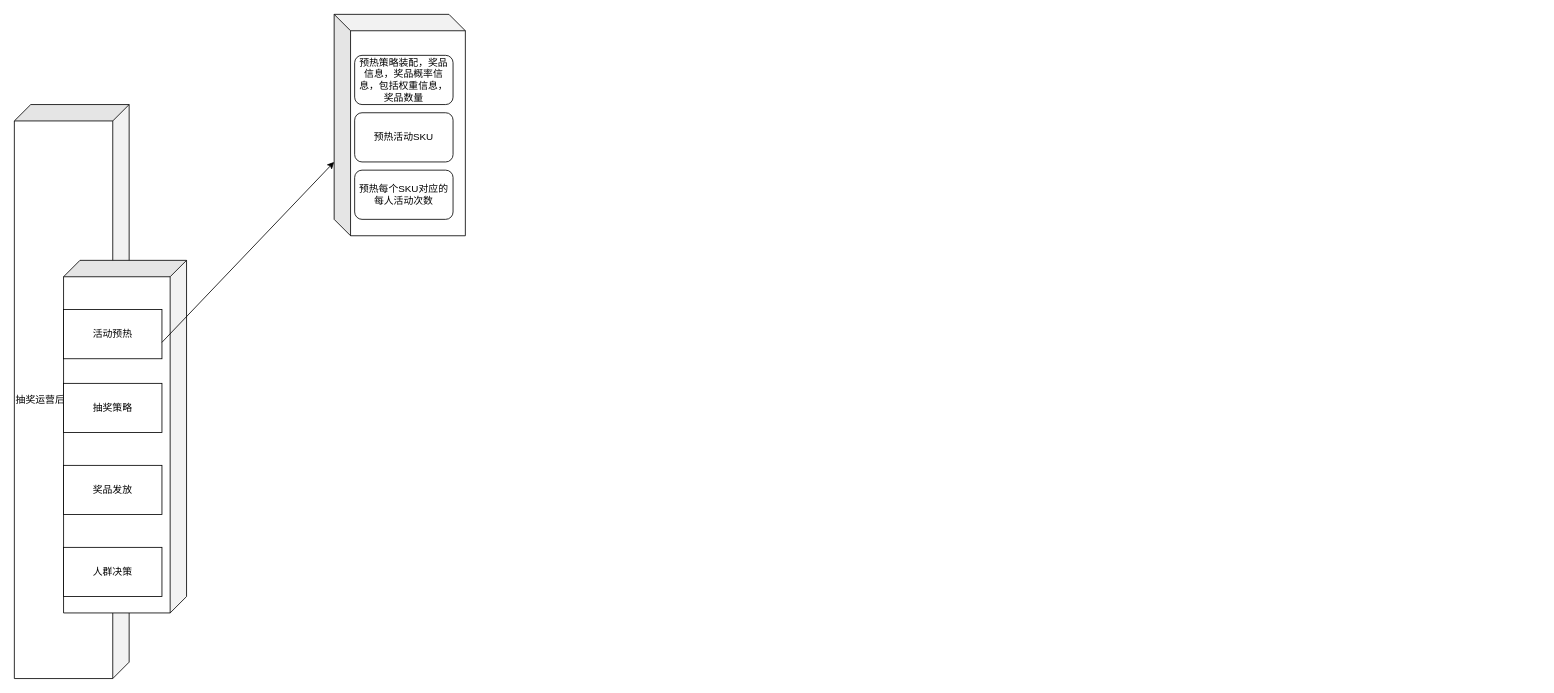
yp001001/pay keeps this draw.io diagram as 营销模块架构图.drawio. Above is the earlier version. Source tidied: cells renumbered, new cells numbered last; positions are measured from the earlier drawing's top-left corner, leaving out a move shared by most shapes. Both pictures are drawn from the tidied source at 82%, with x=0, y=0 at pixel (14, 14).
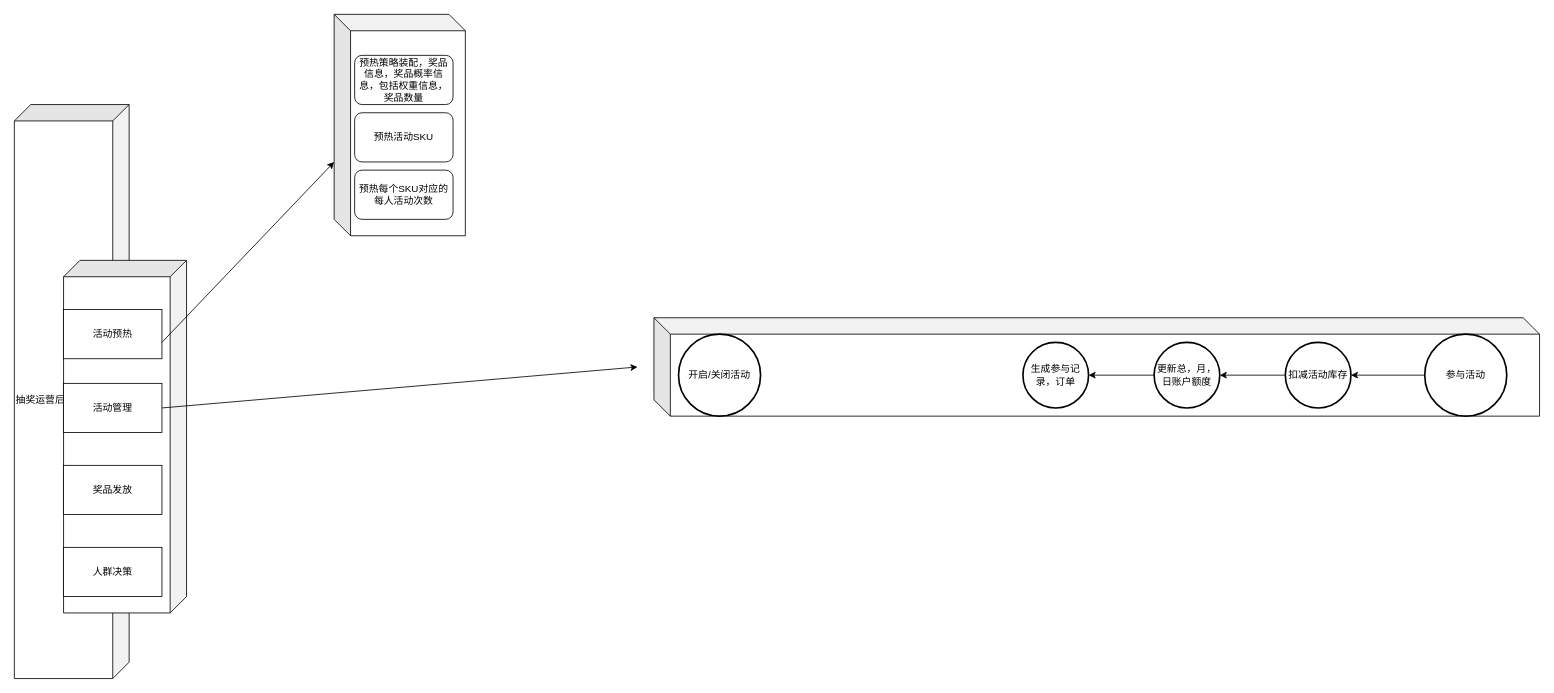
Above is the later version.

Commit message:
更新营销模块架构图.drawio

What changed in the source:
```diff
@@
-    <mxCell id="5" value="抽奖策略" style="rounded=0;whiteSpace=wrap;html=1;" parent="1" vertex="1">
+    <mxCell id="5" value="活动管理" style="rounded=0;whiteSpace=wrap;html=1;" parent="1" vertex="1">
       <mxGeometry x="60" y="450" width="120" height="60" as="geometry" />
     </mxCell>
@@
+    <mxCell id="13" style="endArrow=classic;html=1;rounded=0;" parent="1" edge="1">
+      <mxGeometry relative="1" as="geometry">
+        <mxPoint x="180" y="480" as="sourcePoint" />
+        <mxPoint x="760" y="430" as="targetPoint" />
+      </mxGeometry>
+    </mxCell>
+    <mxCell id="14" style="shape=cube;whiteSpace=wrap;html=1;boundedLbl=1;backgroundOutline=1;darkOpacity=0.05;darkOpacity2=0.1;" parent="1" vertex="1">
+      <mxGeometry x="780" y="370" width="1080" height="120" as="geometry" />
+    </mxCell>
+    <mxCell id="15" value="开启/关闭活动" style="strokeWidth=2;html=1;shape=mxgraph.flowchart.start_2;whiteSpace=wrap;" parent="1" vertex="1">
+      <mxGeometry x="810" y="390" width="100" height="100" as="geometry" />
+    </mxCell>
+    <mxCell id="16" style="edgeStyle=orthogonalEdgeStyle;rounded=0;jettySize=auto;html=1;" parent="1" edge="1" source="17" target="19">
+      <mxGeometry relative="1" as="geometry" />
+    </mxCell>
+    <mxCell id="17" value="参与活动" style="strokeWidth=2;html=1;shape=mxgraph.flowchart.start_2;whiteSpace=wrap;" parent="1" vertex="1">
+      <mxGeometry x="1720" y="390" width="100" height="100" as="geometry" />
+    </mxCell>
+    <mxCell id="18" style="edgeStyle=orthogonalEdgeStyle;rounded=0;jettySize=auto;html=1;" parent="1" edge="1" source="19" target="21">
+      <mxGeometry relative="1" as="geometry" />
+    </mxCell>
+    <mxCell id="19" value="扣减活动库存" style="ellipse;whiteSpace=wrap;html=1;strokeWidth=2;" parent="1" vertex="1">
+      <mxGeometry x="1550" y="400" width="80" height="80" as="geometry" />
+    </mxCell>
+    <mxCell id="20" style="edgeStyle=orthogonalEdgeStyle;rounded=0;jettySize=auto;html=1;" parent="1" edge="1" source="21" target="22">
+      <mxGeometry relative="1" as="geometry" />
+    </mxCell>
+    <mxCell id="21" value="更新总，月，日账户额度" style="ellipse;whiteSpace=wrap;html=1;strokeWidth=2;" parent="1" vertex="1">
+      <mxGeometry x="1390" y="400" width="80" height="80" as="geometry" />
+    </mxCell>
+    <mxCell id="22" value="生成参与记录，订单" style="ellipse;whiteSpace=wrap;html=1;strokeWidth=2;" parent="1" vertex="1">
+      <mxGeometry x="1230" y="400" width="80" height="80" as="geometry" />
+    </mxCell>
```
